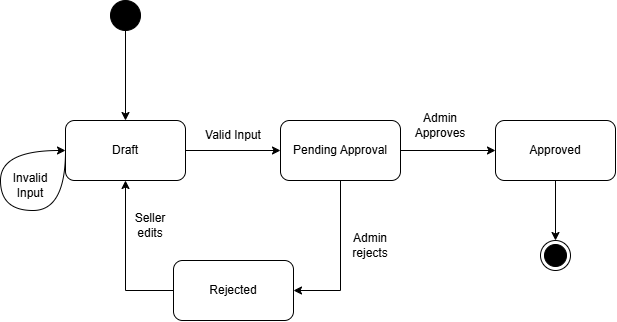
Before: Josh/Create_New_Listing_State.png, a diagram exported from draw.io (ezc9-tech/Sundaland). Source tidied: cells renumbered, new cells last; positions are measured from the earlier drawing's top-left corner, leaving out a move shared by most shapes.
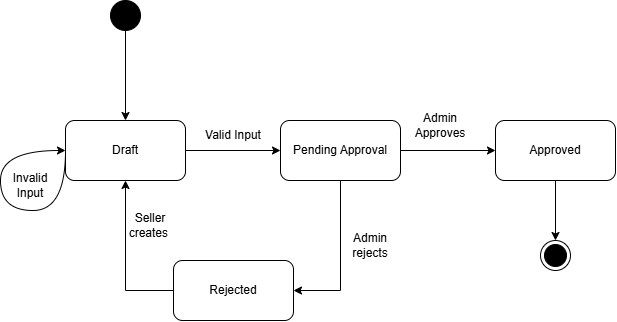
After the change.

Diff of the diagram source:
```diff
@@ -1,4 +1,4 @@
-<mxGraphModel>
+<mxGraphModel background="light-dark(#ffffff, #121212)">
   <root>
     <mxCell id="0" />
     <mxCell id="1" parent="0" />
@@ -65,7 +65,7 @@
     <mxCell id="18" value="Admin rejects" style="text;html=1;whiteSpace=wrap;strokeColor=none;fillColor=none;align=center;verticalAlign=middle;rounded=0;" parent="1" vertex="1">
       <mxGeometry x="340" y="230" width="60" height="30" as="geometry" />
     </mxCell>
-    <mxCell id="19" value="Seller edits" style="text;html=1;whiteSpace=wrap;strokeColor=none;fillColor=none;align=center;verticalAlign=middle;rounded=0;" parent="1" vertex="1">
+    <mxCell id="19" value="Seller creates&amp;nbsp;" style="text;html=1;whiteSpace=wrap;strokeColor=none;fillColor=none;align=center;verticalAlign=middle;rounded=0;" parent="1" vertex="1">
       <mxGeometry x="120" y="210" width="60" height="30" as="geometry" />
     </mxCell>
   </root>
```
